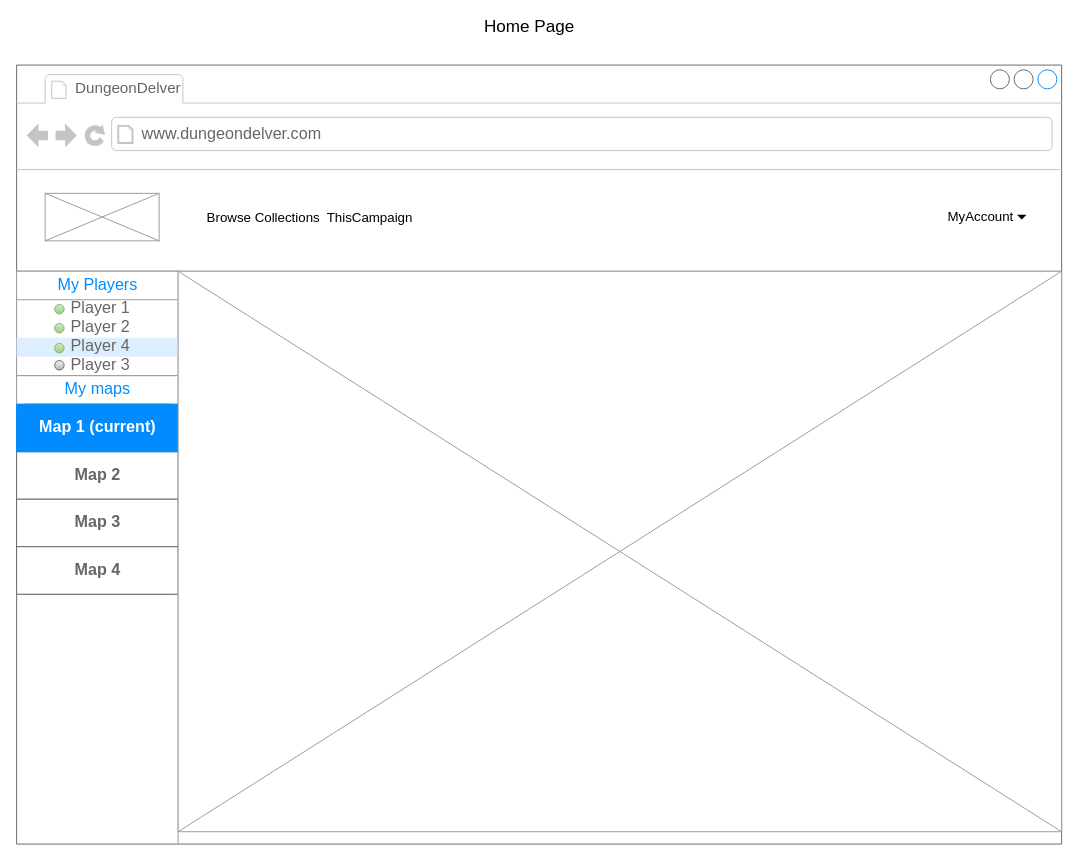
The draw.io diagram Diagram zonder titel.drawio in StuyckRuben/DungeonsAndDMs_Frontend, before the edit. Source tidied: cells renumbered, new cells numbered last; positions are measured from the earlier drawing's top-left corner, leaving out a move shared by most shapes. Both pictures are drawn from the tidied source at 95%, with x=0, y=0 at pixel (16, 17).
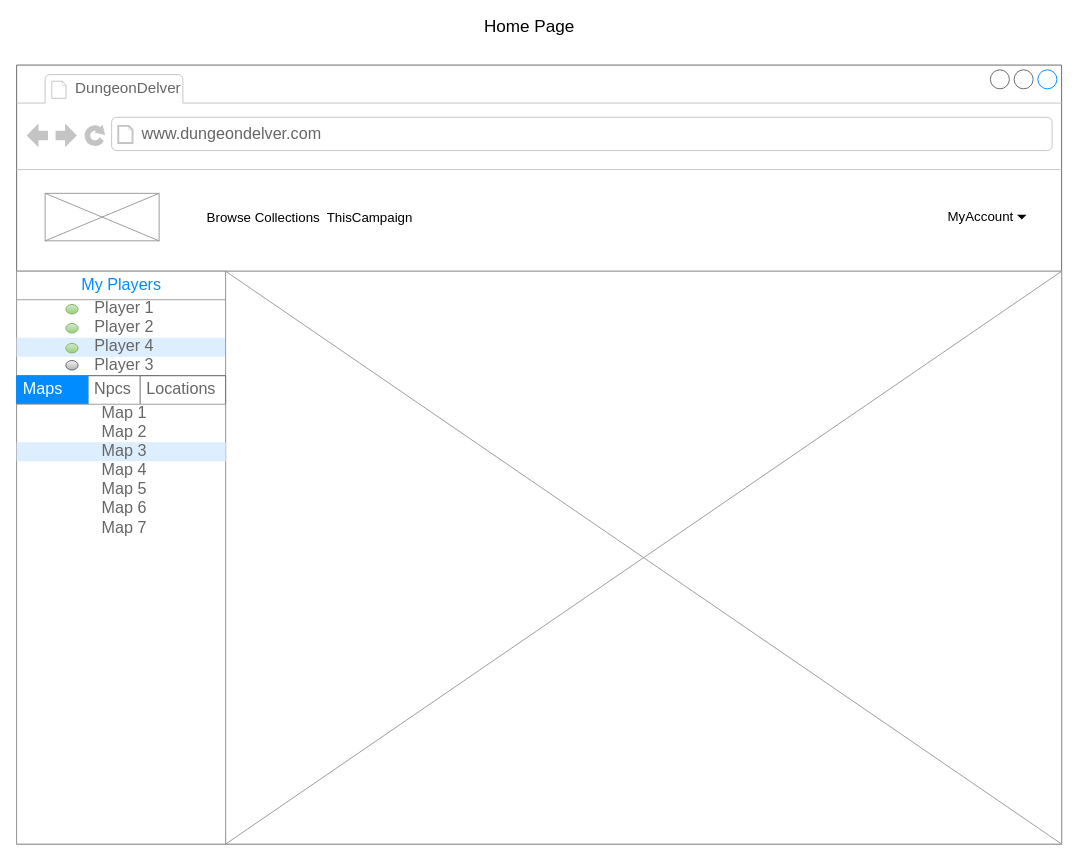
After the change.

Commit message:
Added tabs to the layour

The change refers to these unchanged cells:
```xml
<mxCell id="2" style="strokeWidth=1;shadow=0;dashed=0;align=center;html=1;shape=mxgraph.mockup.containers.browserWindow;rSize=0;strokeColor=#666666;strokeColor2=#008cff;strokeColor3=#c4c4c4;mainText=,;" parent="1" vertex="1">
  <mxGeometry y="50" width="1100" height="820" as="geometry" />
</mxCell>
```

The edit, as a diff of the source:
```diff
@@
     <mxCell id="11" style="verticalLabelPosition=bottom;shadow=0;dashed=0;align=center;html=1;verticalAlign=top;strokeWidth=1;shape=mxgraph.mockup.markup.line;strokeColor=#999999;direction=north;" parent="2" vertex="1">
-      <mxGeometry x="160" y="230" width="20" height="590" as="geometry" />
+      <mxGeometry x="210" y="217" width="20" height="603" as="geometry" />
     </mxCell>
     <mxCell id="12" style="strokeWidth=1;shadow=0;dashed=0;align=center;html=1;shape=mxgraph.mockup.forms.rrect;rSize=0;strokeColor=#999999;fillColor=#ffffff;" parent="2" vertex="1">
-      <mxGeometry y="217" width="170" height="110" as="geometry" />
+      <mxGeometry y="217" width="220" height="110" as="geometry" />
     </mxCell>
     <mxCell id="13" value="My Players" style="strokeWidth=1;shadow=0;dashed=0;align=center;html=1;shape=mxgraph.mockup.forms.rrect;rSize=0;strokeColor=#999999;fontColor=#008cff;fontSize=17;fillColor=#ffffff;" parent="12" vertex="1">
-      <mxGeometry width="170" height="30" relative="1" as="geometry" />
+      <mxGeometry width="220" height="30" relative="1" as="geometry" />
     </mxCell>
     <mxCell id="14" value="Player 1" style="strokeWidth=1;shadow=0;dashed=0;align=center;html=1;shape=mxgraph.mockup.forms.anchor;fontSize=17;fontColor=#666666;align=center;spacingLeft=5;" parent="12" vertex="1">
-      <mxGeometry width="170" height="20" relative="1" as="geometry">
+      <mxGeometry width="220" height="20" relative="1" as="geometry">
         <mxPoint y="30" as="offset" />
       </mxGeometry>
     </mxCell>
     <mxCell id="15" value="Player 2" style="strokeWidth=1;shadow=0;dashed=0;align=center;html=1;shape=mxgraph.mockup.forms.anchor;fontSize=17;fontColor=#666666;align=center;spacingLeft=5;" parent="12" vertex="1">
-      <mxGeometry width="170" height="20" relative="1" as="geometry">
+      <mxGeometry width="220" height="20" relative="1" as="geometry">
         <mxPoint y="50" as="offset" />
       </mxGeometry>
     </mxCell>
     <mxCell id="16" value="Player 4" style="strokeWidth=1;shadow=0;dashed=0;align=center;html=1;shape=mxgraph.mockup.forms.rrect;rSize=0;fontSize=17;fontColor=#666666;align=center;spacingLeft=5;fillColor=#ddeeff;strokeColor=none;" parent="12" vertex="1">
-      <mxGeometry width="170" height="20" relative="1" as="geometry">
+      <mxGeometry width="220" height="20" relative="1" as="geometry">
         <mxPoint y="70" as="offset" />
       </mxGeometry>
     </mxCell>
     <mxCell id="17" value="Player 3" style="strokeWidth=1;shadow=0;dashed=0;align=center;html=1;shape=mxgraph.mockup.forms.anchor;fontSize=17;fontColor=#666666;align=center;spacingLeft=5;" parent="12" vertex="1">
-      <mxGeometry width="170" height="20" relative="1" as="geometry">
+      <mxGeometry width="220" height="20" relative="1" as="geometry">
         <mxPoint y="90" as="offset" />
       </mxGeometry>
     </mxCell>
     <mxCell id="18" style="shape=ellipse;fillColor=#d5e8d4;strokeColor=#82b366;html=1;align=center;gradientColor=#97d077;" parent="12" vertex="1">
-      <mxGeometry x="40" y="35" width="10" height="10" as="geometry" />
+      <mxGeometry x="51.8" y="35" width="12.9" height="10" as="geometry" />
     </mxCell>
     <mxCell id="19" style="shape=ellipse;fillColor=#d5e8d4;strokeColor=#82b366;html=1;align=center;gradientColor=#97d077;" parent="12" vertex="1">
-      <mxGeometry x="40" y="55" width="10" height="10" as="geometry" />
+      <mxGeometry x="51.8" y="55" width="12.9" height="10" as="geometry" />
     </mxCell>
     <mxCell id="20" style="shape=ellipse;fillColor=#d5e8d4;strokeColor=#82b366;html=1;align=center;gradientColor=#97d077;" parent="12" vertex="1">
-      <mxGeometry x="40" y="76" width="10" height="10" as="geometry" />
+      <mxGeometry x="51.8" y="76" width="12.9" height="10" as="geometry" />
     </mxCell>
     <mxCell id="21" style="shape=ellipse;fillColor=#f5f5f5;strokeColor=#666666;html=1;align=center;gradientColor=#b3b3b3;" parent="12" vertex="1">
-      <mxGeometry x="40" y="94" width="10" height="10" as="geometry" />
+      <mxGeometry x="51.8" y="94" width="12.9" height="10" as="geometry" />
     </mxCell>
-    <mxCell id="22" style="strokeWidth=1;shadow=0;dashed=0;align=center;html=1;shape=mxgraph.mockup.forms.rrect;rSize=0;strokeColor=#999999;fillColor=#ffffff;" parent="2" vertex="1">
-      <mxGeometry y="327" width="170" height="230" as="geometry" />
-    </mxCell>
-    <mxCell id="23" value="My maps" style="strokeWidth=1;shadow=0;dashed=0;align=center;html=1;shape=mxgraph.mockup.forms.rrect;rSize=0;strokeColor=#999999;fontColor=#008cff;fontSize=17;fillColor=#ffffff;" parent="22" vertex="1">
-      <mxGeometry width="170" height="30" relative="1" as="geometry" />
-    </mxCell>
-    <mxCell id="24" style="strokeWidth=1;shadow=0;dashed=0;align=center;html=1;shape=mxgraph.mockup.forms.anchor;fontSize=17;fontColor=#666666;align=left;spacingLeft=5;" parent="22" vertex="1">
-      <mxGeometry width="170" height="20" relative="1" as="geometry">
-        <mxPoint y="50" as="offset" />
-      </mxGeometry>
-    </mxCell>
-    <mxCell id="25" style="strokeWidth=1;shadow=0;dashed=0;align=center;html=1;shape=mxgraph.mockup.rrect;rSize=10;strokeColor=#666666;" parent="22" vertex="1">
-      <mxGeometry y="30" width="170" height="200" as="geometry" />
-    </mxCell>
+    <mxCell id="30" style="verticalLabelPosition=bottom;shadow=0;dashed=0;align=center;html=1;verticalAlign=top;strokeWidth=1;shape=mxgraph.mockup.graphics.simpleIcon;strokeColor=#999999;" parent="2" vertex="1">
+      <mxGeometry x="220" y="217" width="880" height="603" as="geometry" />
+    </mxCell>
+    <mxCell id="32" value="Npcs" style="strokeWidth=1;shadow=0;dashed=0;align=center;html=1;shape=mxgraph.mockup.forms.uRect;fontSize=17;fontColor=#666666;align=left;spacingLeft=5;strokeColor=#666666;" parent="2" vertex="1">
+      <mxGeometry x="75" y="327" width="75" height="30" as="geometry" />
+    </mxCell>
+    <mxCell id="33" value="Maps" style="strokeWidth=1;shadow=0;dashed=0;align=center;html=1;shape=mxgraph.mockup.forms.uRect;fontSize=17;fontColor=#ffffff;align=left;spacingLeft=5;strokeColor=#008cff;fillColor=#008cff;" parent="2" vertex="1">
+      <mxGeometry y="327" width="75" height="30" as="geometry" />
+    </mxCell>
+    <mxCell id="34" value="Locations" style="strokeWidth=1;shadow=0;dashed=0;align=center;html=1;shape=mxgraph.mockup.forms.uRect;fontSize=17;fontColor=#666666;align=left;spacingLeft=5;strokeColor=#666666;" parent="2" vertex="1">
+      <mxGeometry x="130" y="327" width="90" height="30" as="geometry" />
+    </mxCell>
+    <mxCell id="35" style="strokeWidth=1;shadow=0;dashed=0;align=center;html=1;shape=mxgraph.mockup.forms.rrect;rSize=0;strokeColor=#999999;fillColor=#ffffff;" parent="2" vertex="1">
+      <mxGeometry y="357" width="220" height="463" as="geometry" />
+    </mxCell>
+    <mxCell id="36" style="strokeWidth=1;shadow=0;dashed=0;align=center;html=1;shape=mxgraph.mockup.forms.rrect;rSize=0;strokeColor=#999999;fontColor=#008cff;fontSize=17;fillColor=#ffffff;" parent="35" vertex="1">
+      <mxGeometry width="220" relative="1" as="geometry" />
+    </mxCell>
+    <mxCell id="37" value="Map 1" style="strokeWidth=1;shadow=0;dashed=0;align=center;html=1;shape=mxgraph.mockup.forms.anchor;fontSize=17;fontColor=#666666;align=center;spacingLeft=5;" parent="35" vertex="1">
+      <mxGeometry width="220" height="20" relative="1" as="geometry" />
+    </mxCell>
-    <mxCell id="26" value="Map 2" style="strokeColor=inherit;fillColor=inherit;gradientColor=inherit;strokeWidth=1;shadow=0;dashed=0;align=center;html=1;shape=mxgraph.mockup.rrect;rSize=0;fontSize=17;fontColor=#666666;fontStyle=1;" parent="25" vertex="1">
-      <mxGeometry width="170" height="50" relative="1" as="geometry">
-        <mxPoint y="50" as="offset" />
+    <mxCell id="26" value="Map 2" style="strokeWidth=1;shadow=0;dashed=0;align=center;html=1;shape=mxgraph.mockup.forms.anchor;fontSize=17;fontColor=#666666;align=center;spacingLeft=5;" parent="35" vertex="1">
+      <mxGeometry width="220" height="20" relative="1" as="geometry">
+        <mxPoint y="20" as="offset" />
       </mxGeometry>
     </mxCell>
-    <mxCell id="27" value="Map 3" style="strokeColor=inherit;fillColor=inherit;gradientColor=inherit;strokeWidth=1;shadow=0;dashed=0;align=center;html=1;shape=mxgraph.mockup.rrect;rSize=0;fontSize=17;fontColor=#666666;fontStyle=1;" parent="25" vertex="1">
-      <mxGeometry width="170" height="50" relative="1" as="geometry">
-        <mxPoint y="100" as="offset" />
+    <mxCell id="27" value="Map 3" style="strokeWidth=1;shadow=0;dashed=0;align=center;html=1;shape=mxgraph.mockup.forms.rrect;rSize=0;fontSize=17;fontColor=#666666;align=center;spacingLeft=5;fillColor=#ddeeff;strokeColor=none;" parent="35" vertex="1">
+      <mxGeometry width="220" height="20" relative="1" as="geometry">
+        <mxPoint y="40" as="offset" />
       </mxGeometry>
     </mxCell>
-    <mxCell id="28" value="Map 4" style="strokeColor=inherit;fillColor=inherit;gradientColor=inherit;strokeWidth=1;shadow=0;dashed=0;align=center;html=1;shape=mxgraph.mockup.bottomButton;rSize=0;fontSize=17;fontColor=#666666;fontStyle=1;" parent="25" vertex="1">
-      <mxGeometry y="1" width="170" height="50" relative="1" as="geometry">
-        <mxPoint y="-50" as="offset" />
+    <mxCell id="28" value="Map 4" style="strokeWidth=1;shadow=0;dashed=0;align=center;html=1;shape=mxgraph.mockup.forms.anchor;fontSize=17;fontColor=#666666;align=center;spacingLeft=5;" parent="35" vertex="1">
+      <mxGeometry width="220" height="20" relative="1" as="geometry">
+        <mxPoint y="60" as="offset" />
       </mxGeometry>
     </mxCell>
-    <mxCell id="29" value="Map 1 (current)" style="strokeWidth=1;shadow=0;dashed=0;align=center;html=1;shape=mxgraph.mockup.topButton;rSize=0;fontSize=17;fontColor=#ffffff;fontStyle=1;fillColor=#008cff;strokeColor=#008cff;" parent="25" vertex="1">
-      <mxGeometry width="170" height="50" relative="1" as="geometry" />
-    </mxCell>
-    <mxCell id="30" style="verticalLabelPosition=bottom;shadow=0;dashed=0;align=center;html=1;verticalAlign=top;strokeWidth=1;shape=mxgraph.mockup.graphics.simpleIcon;strokeColor=#999999;" parent="2" vertex="1">
-      <mxGeometry x="170" y="217" width="930" height="590" as="geometry" />
-    </mxCell>
+    <mxCell id="38" value="Map 5" style="strokeWidth=1;shadow=0;dashed=0;align=center;html=1;shape=mxgraph.mockup.forms.anchor;fontSize=17;fontColor=#666666;align=center;spacingLeft=5;" parent="35" vertex="1">
+      <mxGeometry width="220" height="20" relative="1" as="geometry">
+        <mxPoint y="80" as="offset" />
+      </mxGeometry>
+    </mxCell>
+    <mxCell id="39" value="Map 6" style="strokeWidth=1;shadow=0;dashed=0;align=center;html=1;shape=mxgraph.mockup.forms.anchor;fontSize=17;fontColor=#666666;align=center;spacingLeft=5;" parent="35" vertex="1">
+      <mxGeometry width="220" height="20" relative="1" as="geometry">
+        <mxPoint y="100" as="offset" />
+      </mxGeometry>
+    </mxCell>
+    <mxCell id="40" value="Map 7" style="strokeWidth=1;shadow=0;dashed=0;align=center;html=1;shape=mxgraph.mockup.forms.anchor;fontSize=17;fontColor=#666666;align=center;spacingLeft=5;" parent="35" vertex="1">
+      <mxGeometry width="220" height="20" relative="1" as="geometry">
+        <mxPoint y="121" as="offset" />
+      </mxGeometry>
+    </mxCell>
```
